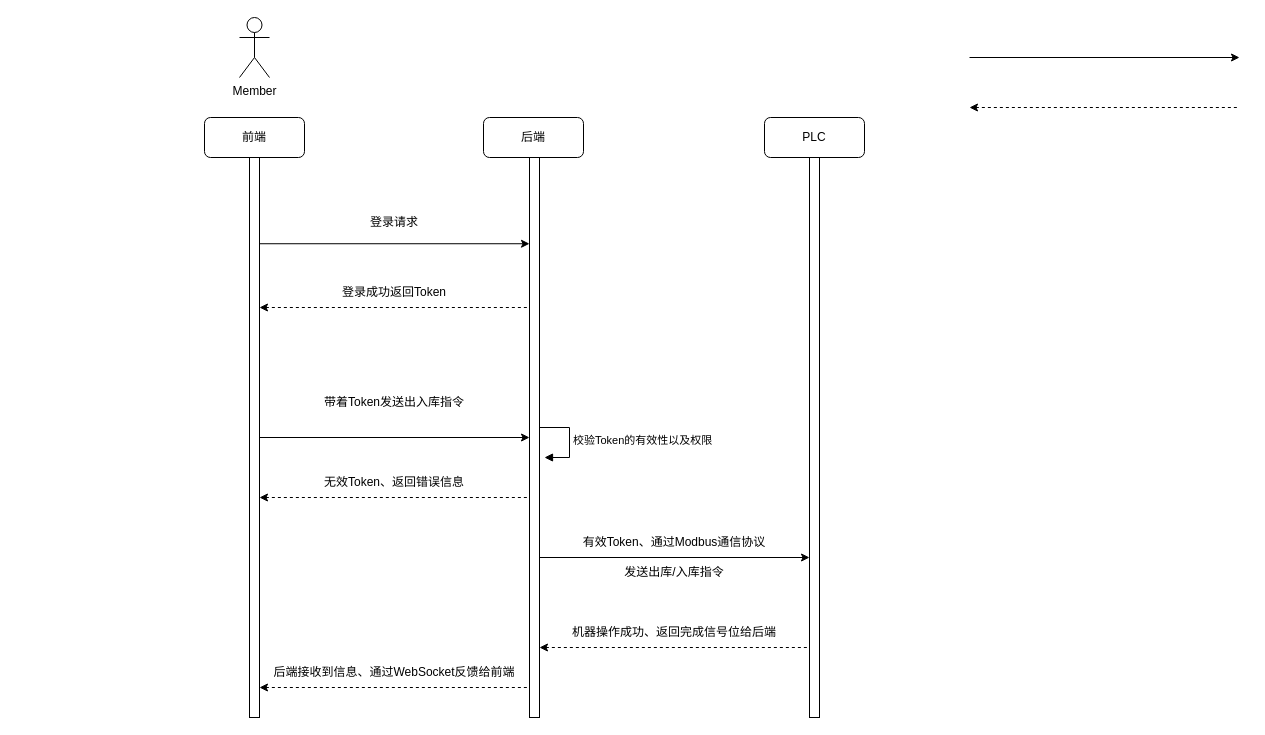
D1isney/notes keeps this draw.io diagram as page "时序图" (2 of 5) of mspaint/毕设WMS.drawio. Above is the earlier version. Source tidied: cells renumbered, new cells numbered last; positions are measured from the earlier drawing's top-left corner, leaving out a move shared by most shapes. Both pictures are drawn from the tidied source at 100%, with x=0, y=0 at pixel (204, 17).
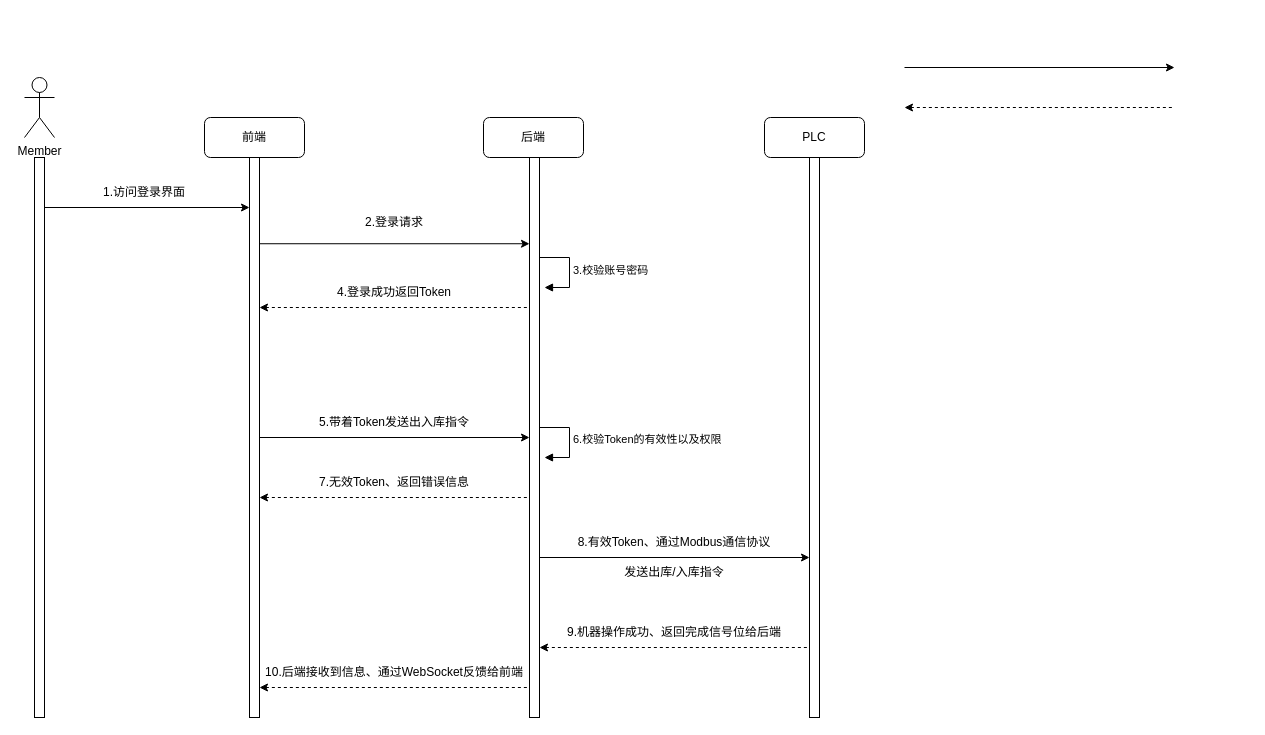
The same diagram, later.

What changed in the source:
```diff
@@
     <mxCell id="2" value="Member" style="shape=umlActor;verticalLabelPosition=bottom;verticalAlign=top;html=1;" parent="1" vertex="1">
-      <mxGeometry x="35" width="30" height="60" as="geometry" />
+      <mxGeometry x="-180" y="60" width="30" height="60" as="geometry" />
     </mxCell>
@@
-    <mxCell id="9" value="登录请求" style="text;html=1;align=center;verticalAlign=middle;whiteSpace=wrap;rounded=0;" parent="1" vertex="1">
+    <mxCell id="9" value="2.登录请求" style="text;html=1;align=center;verticalAlign=middle;whiteSpace=wrap;rounded=0;" parent="1" vertex="1">
       <mxGeometry x="55" y="190" width="270" height="30" as="geometry" />
     </mxCell>
@@
-    <mxCell id="11" value="登录成功返回Token" style="text;html=1;align=center;verticalAlign=middle;whiteSpace=wrap;rounded=0;" parent="1" vertex="1">
+    <mxCell id="11" value="4.登录成功返回Token" style="text;html=1;align=center;verticalAlign=middle;whiteSpace=wrap;rounded=0;" parent="1" vertex="1">
       <mxGeometry x="55" y="260" width="270" height="30" as="geometry" />
     </mxCell>
@@
-    <mxCell id="13" value="带着Token发送出入库指令" style="text;html=1;align=center;verticalAlign=middle;whiteSpace=wrap;rounded=0;" parent="1" vertex="1">
-      <mxGeometry x="55" y="370" width="270" height="30" as="geometry" />
+    <mxCell id="13" value="5.带着Token发送出入库指令" style="text;html=1;align=center;verticalAlign=middle;whiteSpace=wrap;rounded=0;" parent="1" vertex="1">
+      <mxGeometry x="55" y="390" width="270" height="30" as="geometry" />
     </mxCell>
-    <mxCell id="14" value="校验Token的有效性以及权限" style="html=1;align=left;spacingLeft=2;endArrow=block;rounded=0;edgeStyle=orthogonalEdgeStyle;curved=0;rounded=0;" parent="1" edge="1">
-      <mxGeometry relative="1" as="geometry">
+    <mxCell id="14" value="6.校验Token的有效性以及权限" style="html=1;align=left;spacingLeft=2;endArrow=block;rounded=0;edgeStyle=orthogonalEdgeStyle;curved=0;rounded=0;" parent="1" edge="1">
+      <mxGeometry x="-0.01" relative="1" as="geometry">
         <mxPoint x="335" y="410" as="sourcePoint" />
         <mxPoint x="340" y="440" as="targetPoint" />
         <Array as="points">
           <mxPoint x="365" y="440" />
         </Array>
       </mxGeometry>
     </mxCell>
     <mxCell id="15" style="endArrow=classic;html=1;rounded=0;" parent="1" edge="1">
       <mxGeometry relative="1" as="geometry">
-        <mxPoint x="765" y="40" as="sourcePoint" />
-        <mxPoint x="1035" y="40" as="targetPoint" />
+        <mxPoint x="700" y="50" as="sourcePoint" />
+        <mxPoint x="970" y="50" as="targetPoint" />
       </mxGeometry>
     </mxCell>
@@
-    <mxCell id="17" value="有效Token、通过Modbus通信协议" style="text;html=1;align=center;verticalAlign=middle;whiteSpace=wrap;rounded=0;" parent="1" vertex="1">
+    <mxCell id="17" value="8.有效Token、通过Modbus通信协议" style="text;html=1;align=center;verticalAlign=middle;whiteSpace=wrap;rounded=0;" parent="1" vertex="1">
       <mxGeometry x="335" y="510" width="270" height="30" as="geometry" />
     </mxCell>
@@
     <mxCell id="19" style="endArrow=none;html=1;rounded=0;dashed=1;startArrow=classic;startFill=1;endFill=0;" parent="1" edge="1">
       <mxGeometry relative="1" as="geometry">
-        <mxPoint x="765" y="90" as="sourcePoint" />
-        <mxPoint x="1035" y="90" as="targetPoint" />
+        <mxPoint x="700" y="90" as="sourcePoint" />
+        <mxPoint x="970" y="90" as="targetPoint" />
       </mxGeometry>
     </mxCell>
@@
-    <mxCell id="21" value="无效Token、返回错误信息" style="text;html=1;align=center;verticalAlign=middle;whiteSpace=wrap;rounded=0;" parent="1" vertex="1">
+    <mxCell id="21" value="7.无效Token、返回错误信息" style="text;html=1;align=center;verticalAlign=middle;whiteSpace=wrap;rounded=0;" parent="1" vertex="1">
       <mxGeometry x="55" y="450" width="270" height="30" as="geometry" />
     </mxCell>
@@
-    <mxCell id="23" value="机器操作成功、返回完成信号位给后端" style="text;html=1;align=center;verticalAlign=middle;whiteSpace=wrap;rounded=0;" parent="1" vertex="1">
+    <mxCell id="23" value="9.机器操作成功、返回完成信号位给后端" style="text;html=1;align=center;verticalAlign=middle;whiteSpace=wrap;rounded=0;" parent="1" vertex="1">
       <mxGeometry x="335" y="600" width="270" height="30" as="geometry" />
     </mxCell>
@@
-    <mxCell id="25" value="后端接收到信息、通过WebSocket反馈给前端" style="text;html=1;align=center;verticalAlign=middle;whiteSpace=wrap;rounded=0;" parent="1" vertex="1">
+    <mxCell id="25" value="10.后端接收到信息、通过WebSocket反馈给前端" style="text;html=1;align=center;verticalAlign=middle;whiteSpace=wrap;rounded=0;" parent="1" vertex="1">
       <mxGeometry x="55" y="640" width="270" height="30" as="geometry" />
     </mxCell>
@@
+    <mxCell id="27" style="html=1;perimeter=orthogonalPerimeter;targetShapes=umlLifeline;newEdgeStyle={&quot;curved&quot;:0,&quot;rounded&quot;:0};" parent="1" vertex="1">
+      <mxGeometry x="-170" y="140" width="10" height="560" as="geometry" />
+    </mxCell>
+    <mxCell id="28" style="endArrow=classic;html=1;rounded=0;" parent="1" edge="1">
+      <mxGeometry relative="1" as="geometry">
+        <mxPoint x="-160" y="190" as="sourcePoint" />
+        <mxPoint x="45" y="190" as="targetPoint" />
+      </mxGeometry>
+    </mxCell>
+    <mxCell id="29" value="1.访问登录界面" style="text;html=1;align=center;verticalAlign=middle;whiteSpace=wrap;rounded=0;" parent="1" vertex="1">
+      <mxGeometry x="-160" y="160" width="200" height="30" as="geometry" />
+    </mxCell>
+    <mxCell id="30" value="3.校验账号密码" style="html=1;align=left;spacingLeft=2;endArrow=block;rounded=0;edgeStyle=orthogonalEdgeStyle;curved=0;rounded=0;" parent="1" edge="1">
+      <mxGeometry relative="1" as="geometry">
+        <mxPoint x="335" y="240" as="sourcePoint" />
+        <mxPoint x="340" y="270" as="targetPoint" />
+        <Array as="points">
+          <mxPoint x="365" y="270" />
+        </Array>
+      </mxGeometry>
+    </mxCell>
```
